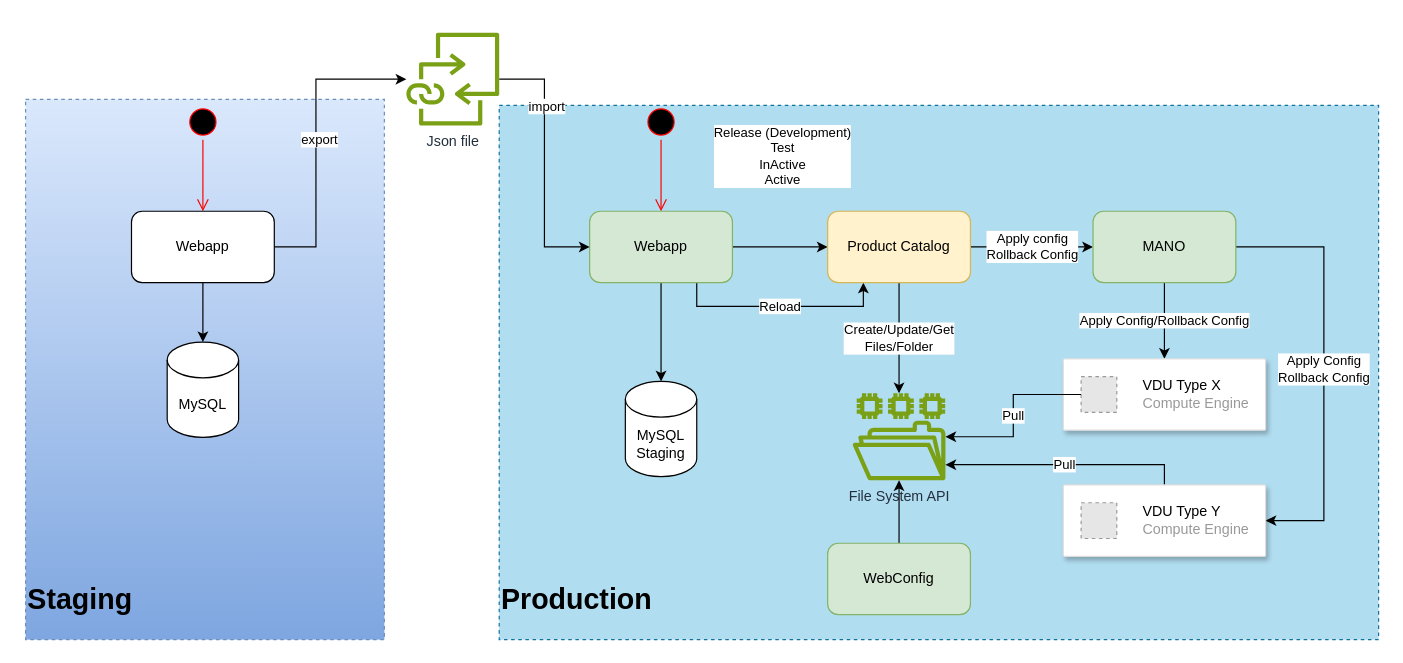
duongbkak55/work keeps this draw.io diagram as page "Trang-5" (5 of 5) of OCS100M/OCS4.0100M.drawio. Above is the earlier version. Source tidied: cells renumbered, new cells numbered last; positions are measured from the earlier drawing's top-left corner, leaving out a move shared by most shapes. Both pictures are drawn from the tidied source at 119%, with x=0, y=0 at pixel (25, 32). Pictures stored in the file or linked from it are replaced by grey dashed boxes.
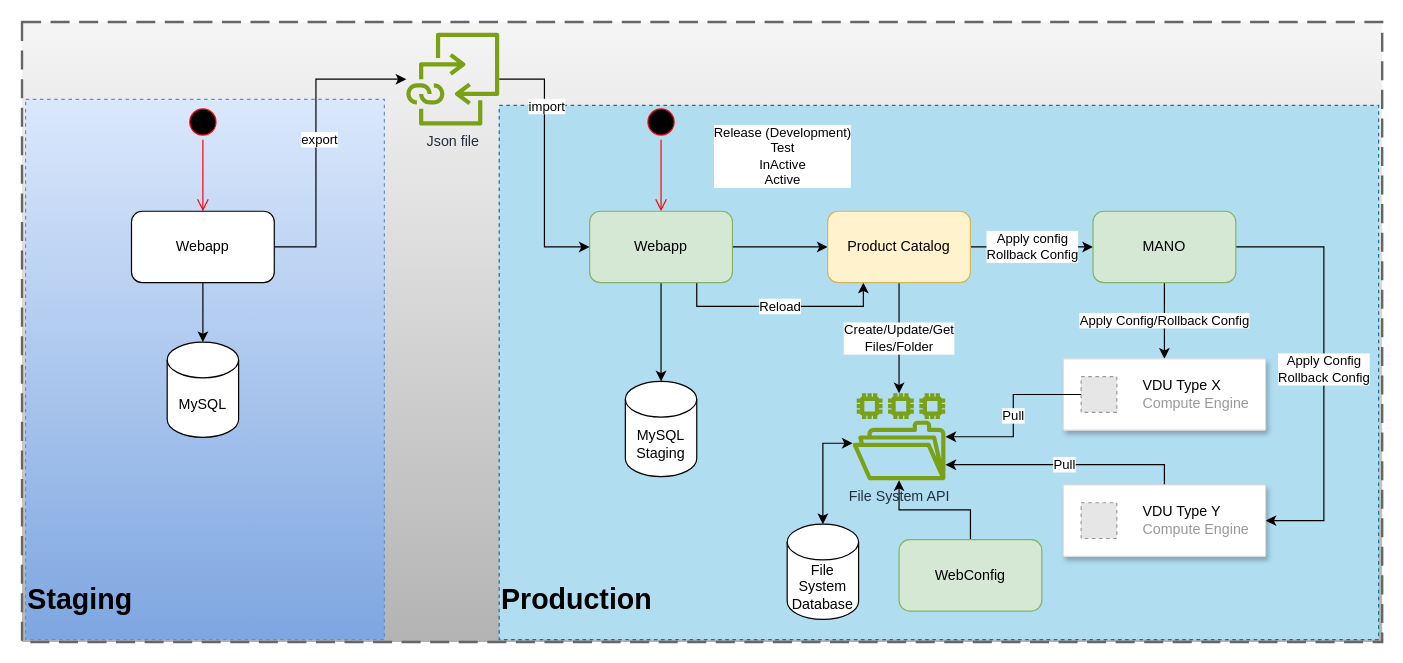
Above is the later version.

Unchanged cells that the change refers to:
```xml
<mxCell id="27" value="File System API" style="sketch=0;outlineConnect=0;fontColor=#232F3E;gradientColor=none;fillColor=#7AA116;strokeColor=none;dashed=0;verticalLabelPosition=bottom;verticalAlign=top;align=center;html=1;fontSize=12;fontStyle=0;shape=mxgraph.aws4.file_system;" parent="1" vertex="1">
  <mxGeometry x="695" y="303" width="78" height="73" as="geometry" />
</mxCell>
```

Diff of the diagram source:
```diff
@@
+    <mxCell id="36" style="rounded=0;arcSize=10;dashed=1;strokeColor=#666666;fillColor=#f5f5f5;gradientColor=#b3b3b3;dashPattern=8 4;strokeWidth=2;" parent="1" vertex="1">
+      <mxGeometry x="-3" y="-9" width="1143" height="521" as="geometry" />
+    </mxCell>
@@
+    <mxCell id="37" style="edgeStyle=orthogonalEdgeStyle;rounded=0;jettySize=auto;html=1;startArrow=classic;startFill=1;" parent="1" edge="1" source="27" target="38">
+      <mxGeometry relative="1" as="geometry">
+        <Array as="points">
+          <mxPoint x="670" y="345" />
+        </Array>
+      </mxGeometry>
+    </mxCell>
@@
     <mxCell id="35" value="WebConfig" style="rounded=1;whiteSpace=wrap;html=1;fillColor=#d5e8d4;strokeColor=#82b366;" parent="1" vertex="1">
-      <mxGeometry x="674" y="429" width="120" height="60" as="geometry" />
+      <mxGeometry x="734" y="426" width="120" height="60" as="geometry" />
     </mxCell>
+    <mxCell id="38" value="File System Database" style="shape=cylinder3;whiteSpace=wrap;html=1;boundedLbl=1;backgroundOutline=1;size=15;" parent="1" vertex="1">
+      <mxGeometry x="640" y="413" width="60" height="80" as="geometry" />
+    </mxCell>
```
